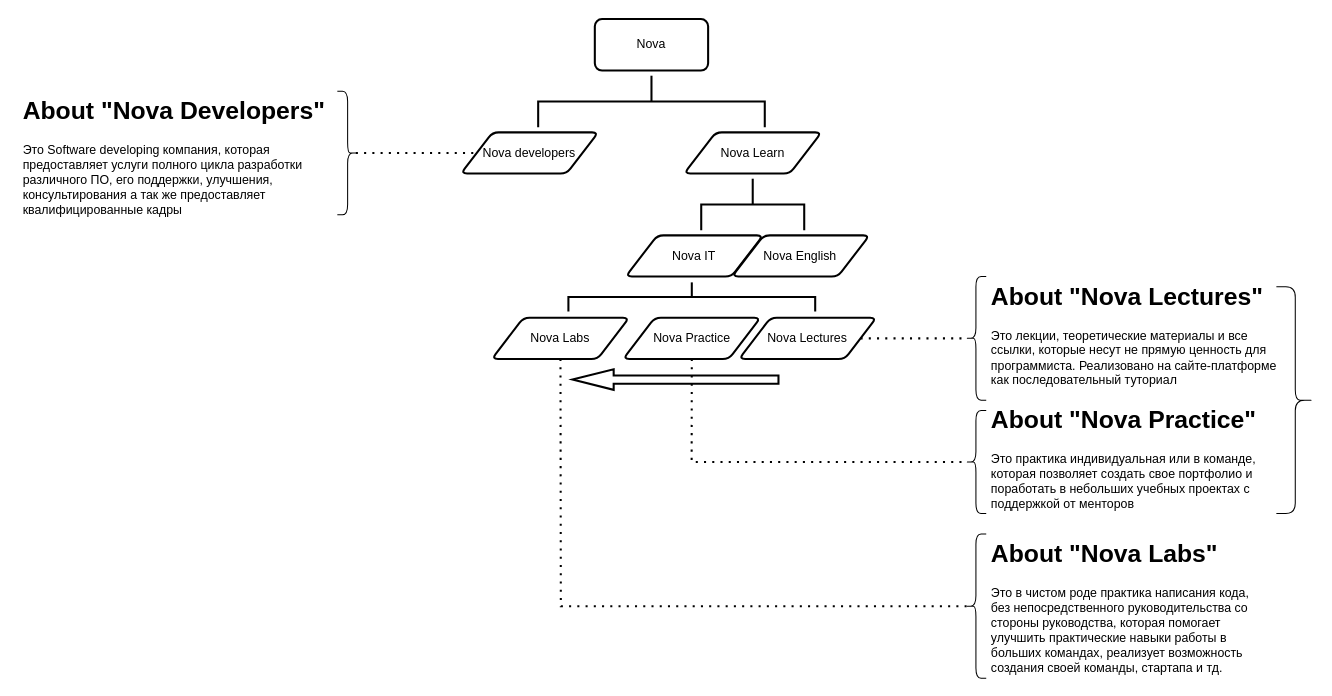
The draw.io diagram CompanyStructure.drawio in NovaDevelopersCo/AboutNovaDev, before the edit. Source tidied: cells renumbered, new cells numbered last; positions are measured from the earlier drawing's top-left corner, leaving out a move shared by most shapes. Both pictures are drawn from the tidied source at 103%, with x=0, y=0 at pixel (18, -12).
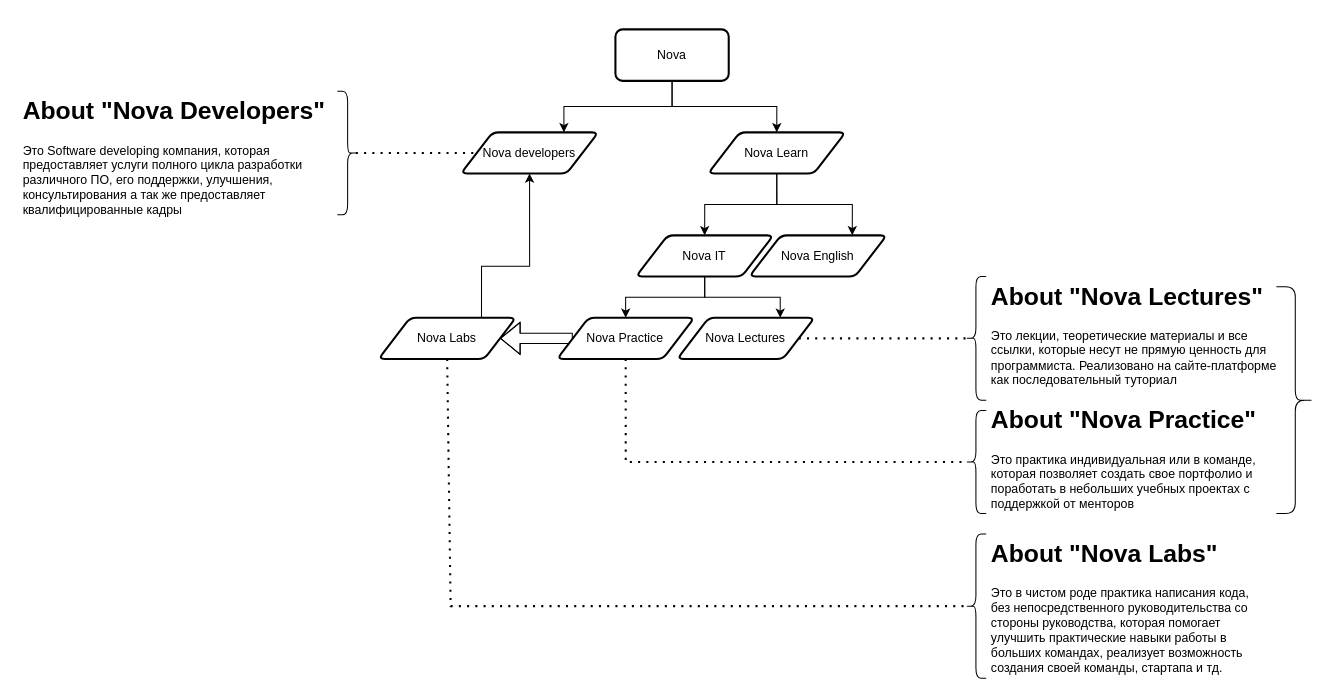
The same diagram, later.

Unchanged cells that the change refers to:
```xml
<mxCell id="3" value="Nova developers" style="shape=parallelogram;html=1;strokeWidth=2;perimeter=parallelogramPerimeter;whiteSpace=wrap;rounded=1;arcSize=12;size=0.23;" parent="1" vertex="1">
  <mxGeometry x="430" y="140" width="133.3" height="40" as="geometry" />
</mxCell>
<mxCell id="17" style="shape=curlyBracket;whiteSpace=wrap;html=1;rounded=1;labelPosition=left;verticalLabelPosition=middle;align=right;verticalAlign=middle;" parent="1" vertex="1">
  <mxGeometry x="920" y="410" width="20" height="100" as="geometry" />
</mxCell>
<mxCell id="20" style="shape=curlyBracket;whiteSpace=wrap;html=1;rounded=1;labelPosition=left;verticalLabelPosition=middle;align=right;verticalAlign=middle;" parent="1" vertex="1">
  <mxGeometry x="920" y="530" width="20" height="140" as="geometry" />
</mxCell>
```

Change to the diagram source:
```diff
@@
+    <mxCell id="27" style="edgeStyle=orthogonalEdgeStyle;rounded=0;jettySize=auto;html=1;exitX=0.5;exitY=1;exitDx=0;exitDy=0;entryX=0.75;entryY=0;entryDx=0;entryDy=0;" parent="1" edge="1" source="2" target="3">
+      <mxGeometry relative="1" as="geometry" />
+    </mxCell>
+    <mxCell id="28" style="edgeStyle=orthogonalEdgeStyle;rounded=0;jettySize=auto;html=1;exitX=0.5;exitY=1;exitDx=0;exitDy=0;entryX=0.5;entryY=0;entryDx=0;entryDy=0;" parent="1" edge="1" source="2" target="4">
+      <mxGeometry relative="1" as="geometry" />
+    </mxCell>
     <mxCell id="2" value="Nova" style="rounded=1;whiteSpace=wrap;html=1;absoluteArcSize=1;arcSize=14;strokeWidth=2;" parent="1" vertex="1">
-      <mxGeometry x="560" y="30" width="110" height="50" as="geometry" />
+      <mxGeometry x="580" y="40" width="110" height="50" as="geometry" />
     </mxCell>
@@
+    <mxCell id="29" style="edgeStyle=orthogonalEdgeStyle;rounded=0;jettySize=auto;html=1;exitX=0.5;exitY=1;exitDx=0;exitDy=0;entryX=0.5;entryY=0;entryDx=0;entryDy=0;" parent="1" edge="1" source="4" target="5">
+      <mxGeometry relative="1" as="geometry" />
+    </mxCell>
+    <mxCell id="30" style="edgeStyle=orthogonalEdgeStyle;rounded=0;jettySize=auto;html=1;exitX=0.5;exitY=1;exitDx=0;exitDy=0;entryX=0.75;entryY=0;entryDx=0;entryDy=0;" parent="1" edge="1" source="4" target="6">
+      <mxGeometry relative="1" as="geometry" />
+    </mxCell>
     <mxCell id="4" value="Nova Learn" style="shape=parallelogram;html=1;strokeWidth=2;perimeter=parallelogramPerimeter;whiteSpace=wrap;rounded=1;arcSize=12;size=0.23;" parent="1" vertex="1">
-      <mxGeometry x="646.7" y="140" width="133.3" height="40" as="geometry" />
+      <mxGeometry x="670" y="140" width="133.3" height="40" as="geometry" />
     </mxCell>
+    <mxCell id="31" style="edgeStyle=orthogonalEdgeStyle;rounded=0;jettySize=auto;html=1;exitX=0.5;exitY=1;exitDx=0;exitDy=0;entryX=0.75;entryY=0;entryDx=0;entryDy=0;" parent="1" edge="1" source="5" target="10">
+      <mxGeometry relative="1" as="geometry" />
+    </mxCell>
     <mxCell id="5" value="Nova IT" style="shape=parallelogram;html=1;strokeWidth=2;perimeter=parallelogramPerimeter;whiteSpace=wrap;rounded=1;arcSize=12;size=0.23;" parent="1" vertex="1">
-      <mxGeometry x="590" y="240" width="133.3" height="40" as="geometry" />
+      <mxGeometry x="600" y="240" width="133.3" height="40" as="geometry" />
     </mxCell>
     <mxCell id="6" value="Nova English" style="shape=parallelogram;html=1;strokeWidth=2;perimeter=parallelogramPerimeter;whiteSpace=wrap;rounded=1;arcSize=12;size=0.23;" parent="1" vertex="1">
-      <mxGeometry x="693.3" y="240" width="133.3" height="40" as="geometry" />
+      <mxGeometry x="710" y="240" width="133.3" height="40" as="geometry" />
     </mxCell>
-    <mxCell id="7" style="strokeWidth=2;html=1;shape=mxgraph.flowchart.annotation_2;align=left;labelPosition=right;rotation=90;" parent="1" vertex="1">
-      <mxGeometry x="688.3" y="160" width="50" height="100" as="geometry" />
-    </mxCell>
-    <mxCell id="8" style="strokeWidth=2;html=1;shape=mxgraph.flowchart.annotation_2;align=left;labelPosition=right;rotation=90;" parent="1" vertex="1">
-      <mxGeometry x="590" width="50" height="220" as="geometry" />
-    </mxCell>
+    <mxCell id="32" style="edgeStyle=orthogonalEdgeStyle;rounded=0;jettySize=auto;html=1;exitX=0.75;exitY=0;exitDx=0;exitDy=0;entryX=0.5;entryY=1;entryDx=0;entryDy=0;" parent="1" edge="1" source="9" target="3">
+      <mxGeometry relative="1" as="geometry">
+        <Array as="points">
+          <mxPoint x="450" y="270" />
+          <mxPoint x="497" y="270" />
+        </Array>
+      </mxGeometry>
+    </mxCell>
     <mxCell id="9" value="Nova Labs" style="shape=parallelogram;html=1;strokeWidth=2;perimeter=parallelogramPerimeter;whiteSpace=wrap;rounded=1;arcSize=12;size=0.23;" parent="1" vertex="1">
-      <mxGeometry x="460" y="320" width="133.3" height="40" as="geometry" />
+      <mxGeometry x="350" y="320" width="133.3" height="40" as="geometry" />
     </mxCell>
     <mxCell id="10" value="Nova Lectures" style="shape=parallelogram;html=1;strokeWidth=2;perimeter=parallelogramPerimeter;whiteSpace=wrap;rounded=1;arcSize=12;size=0.23;" parent="1" vertex="1">
-      <mxGeometry x="700" y="320" width="133.3" height="40" as="geometry" />
+      <mxGeometry x="640" y="320" width="133.3" height="40" as="geometry" />
     </mxCell>
-    <mxCell id="11" style="strokeWidth=2;html=1;shape=mxgraph.flowchart.annotation_2;align=left;labelPosition=right;rotation=90;" parent="1" vertex="1">
-      <mxGeometry x="640" y="180" width="28.3" height="239.6" as="geometry" />
-    </mxCell>
+    <mxCell id="33" style="edgeStyle=orthogonalEdgeStyle;rounded=0;jettySize=auto;html=1;exitX=0;exitY=0.5;exitDx=0;exitDy=0;entryX=1;entryY=0.5;entryDx=0;entryDy=0;shape=flexArrow;" parent="1" edge="1" source="12" target="9">
+      <mxGeometry relative="1" as="geometry" />
+    </mxCell>
     <mxCell id="12" value="Nova Practice" style="shape=parallelogram;html=1;strokeWidth=2;perimeter=parallelogramPerimeter;whiteSpace=wrap;rounded=1;arcSize=12;size=0.23;" parent="1" vertex="1">
-      <mxGeometry x="587.5" y="320" width="133.3" height="40" as="geometry" />
+      <mxGeometry x="523.3" y="320" width="133.3" height="40" as="geometry" />
     </mxCell>
-    <mxCell id="13" style="verticalLabelPosition=bottom;verticalAlign=top;html=1;strokeWidth=2;shape=mxgraph.arrows2.arrow;dy=0.6;dx=40;notch=0;rotation=-180;" parent="1" vertex="1">
-      <mxGeometry x="538.3" y="370" width="200" height="20" as="geometry" />
-    </mxCell>
@@
     <mxCell id="18" style="endArrow=none;dashed=1;html=1;dashPattern=1 3;strokeWidth=2;rounded=0;entryX=0.1;entryY=0.5;entryDx=0;entryDy=0;entryPerimeter=0;exitX=0.5;exitY=1;exitDx=0;exitDy=0;" parent="1" edge="1" source="12" target="17">
       <mxGeometry relative="1" as="geometry">
         <Array as="points">
-          <mxPoint x="654" y="460" />
+          <mxPoint x="590" y="460" />
         </Array>
       </mxGeometry>
     </mxCell>
@@
     <mxCell id="21" style="endArrow=none;dashed=1;html=1;dashPattern=1 3;strokeWidth=2;rounded=0;entryX=0.1;entryY=0.5;entryDx=0;entryDy=0;entryPerimeter=0;exitX=0.5;exitY=1;exitDx=0;exitDy=0;" parent="1" edge="1" source="9" target="20">
       <mxGeometry relative="1" as="geometry">
         <Array as="points">
-          <mxPoint x="527" y="600" />
+          <mxPoint x="420" y="600" />
         </Array>
       </mxGeometry>
     </mxCell>
@@
+    <mxCell id="34" style="edgeStyle=orthogonalEdgeStyle;rounded=0;jettySize=auto;html=1;entryX=0.5;entryY=0;entryDx=0;entryDy=0;" parent="1" edge="1" source="5" target="12">
+      <mxGeometry relative="1" as="geometry" />
+    </mxCell>
```
